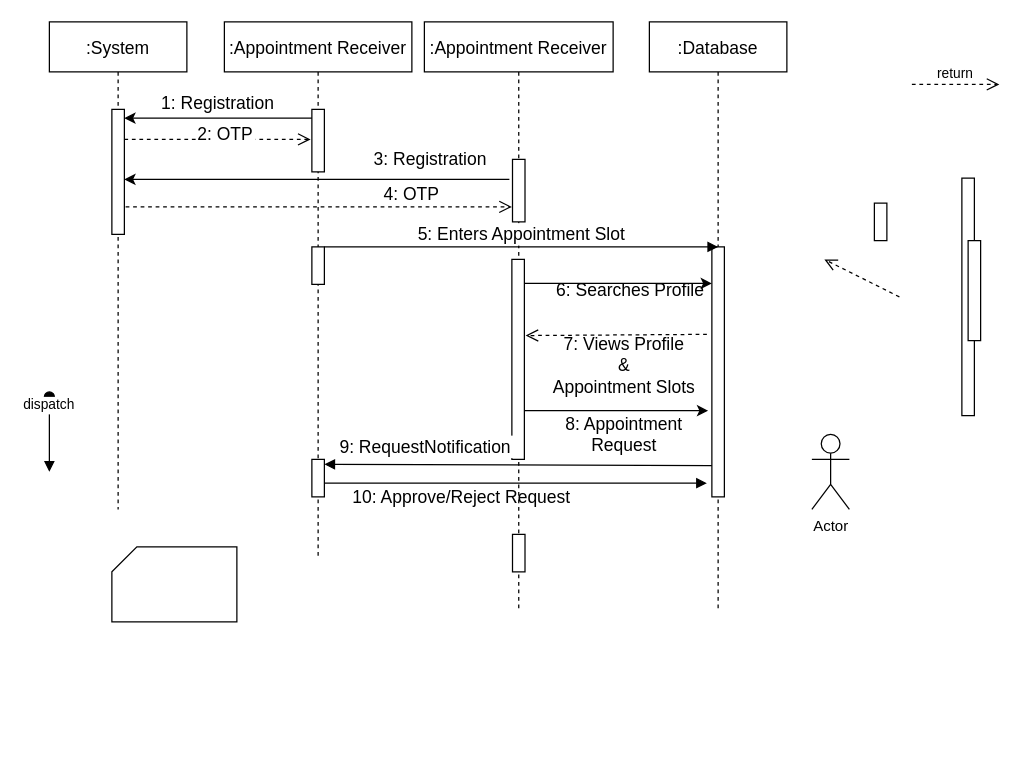
Before: SequnceDiagram.drawio in Yash7200/CP-1, a draw.io diagram. Source tidied: cells renumbered, new cells numbered last; positions are measured from the earlier drawing's top-left corner, leaving out a move shared by most shapes. Both pictures are drawn from the tidied source at 125%, with x=0, y=0 at pixel (49, 21).
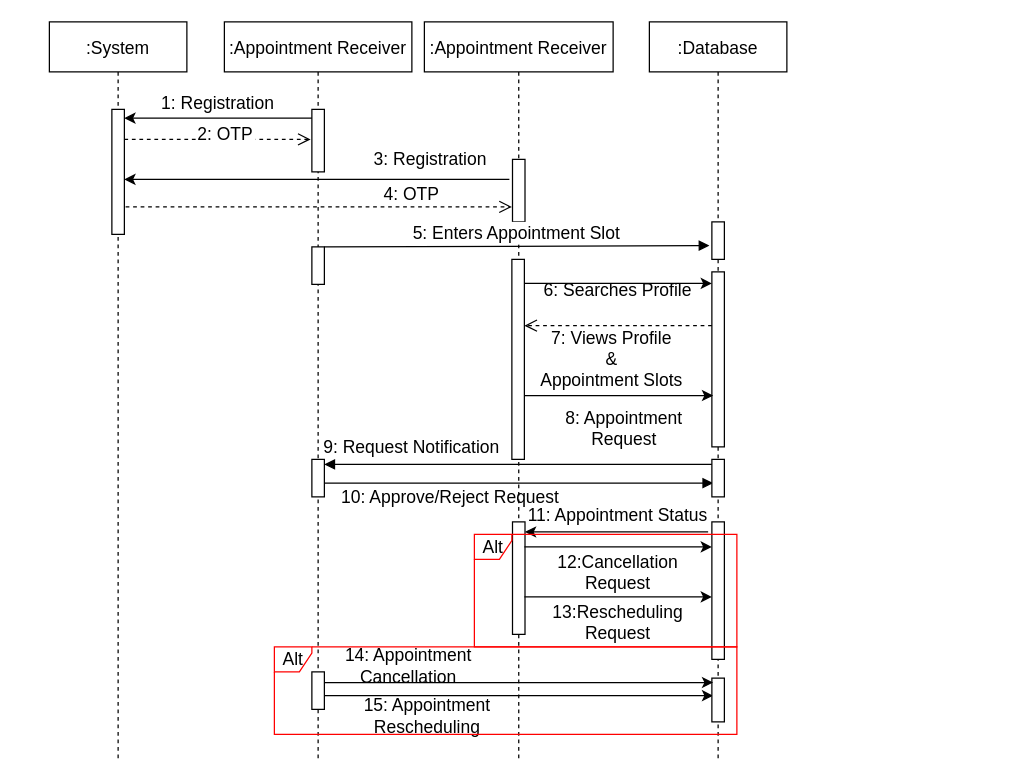
After the change.

The change refers to these unchanged cells:
```xml
<mxCell id="6" style="points=[];perimeter=orthogonalPerimeter;rounded=0;shadow=0;strokeWidth=1;" parent="4" vertex="1">
  <mxGeometry x="70" y="180" width="10" height="30" as="geometry" />
</mxCell>
<mxCell id="17" style="points=[];perimeter=orthogonalPerimeter;rounded=0;shadow=0;strokeWidth=1;" parent="15" vertex="1">
  <mxGeometry x="70" y="190" width="10" height="160" as="geometry" />
</mxCell>
```

The edit, as a diff of the source:
```diff
@@
     <mxCell id="2" value=":System" style="shape=umlLifeline;perimeter=lifelinePerimeter;rounded=0;shadow=0;strokeWidth=1;fontSize=14;" parent="1" vertex="1">
-      <mxGeometry width="110" height="390" as="geometry" />
+      <mxGeometry width="110" height="590" as="geometry" />
     </mxCell>
@@
     <mxCell id="4" value=":Appointment Receiver" style="shape=umlLifeline;perimeter=lifelinePerimeter;rounded=0;shadow=0;strokeWidth=1;fontSize=14;" parent="1" vertex="1">
-      <mxGeometry x="140" width="150" height="430" as="geometry" />
+      <mxGeometry x="140" width="150" height="590" as="geometry" />
     </mxCell>
@@
+    <mxCell id="37" style="points=[];perimeter=orthogonalPerimeter;rounded=0;shadow=0;strokeWidth=1;" parent="4" vertex="1">
+      <mxGeometry x="70" y="520" width="10" height="30" as="geometry" />
+    </mxCell>
@@
-    <mxCell id="9" value="10: Approve/Reject Request" style="verticalAlign=bottom;endArrow=block;shadow=0;strokeWidth=1;entryX=-0.4;entryY=0.945;entryDx=0;entryDy=0;entryPerimeter=0;fontSize=14;" parent="1" edge="1" target="26">
-      <mxGeometry x="-0.28" y="-21" relative="1" as="geometry">
+    <mxCell id="9" value="10: Approve/Reject Request" style="verticalAlign=bottom;endArrow=block;shadow=0;strokeWidth=1;fontSize=14;entryX=0.1;entryY=0.633;entryDx=0;entryDy=0;entryPerimeter=0;" parent="1" edge="1" target="39">
+      <mxGeometry x="-0.35" y="-21" relative="1" as="geometry">
         <mxPoint x="220" y="369" as="sourcePoint" />
       </mxGeometry>
     </mxCell>
-    <mxCell id="10" value="dispatch" style="verticalAlign=bottom;startArrow=oval;endArrow=block;startSize=8;shadow=0;strokeWidth=1;" parent="1" edge="1">
-      <mxGeometry x="-0.5" relative="1" as="geometry">
-        <mxPoint y="300" as="sourcePoint" />
-        <mxPoint y="360" as="targetPoint" />
-      </mxGeometry>
-    </mxCell>
-    <mxCell id="11" value="Actor" style="shape=umlActor;verticalLabelPosition=bottom;verticalAlign=top;html=1;" parent="1" vertex="1">
-      <mxGeometry x="610" y="330" width="30" height="60" as="geometry" />
-    </mxCell>
-    <mxCell id="12" style="perimeter=orthogonalPerimeter;rounded=0;shadow=0;strokeWidth=1;" parent="1" vertex="1">
-      <mxGeometry x="730" y="125" width="10" height="190" as="geometry" />
-    </mxCell>
-    <mxCell id="13" style="perimeter=orthogonalPerimeter;rounded=0;shadow=0;strokeWidth=1;" parent="1" vertex="1">
-      <mxGeometry x="735" y="175" width="10" height="80" as="geometry" />
-    </mxCell>
@@
     <mxCell id="15" value=":Appointment Receiver" style="shape=umlLifeline;perimeter=lifelinePerimeter;rounded=0;shadow=0;strokeWidth=1;fontSize=14;" parent="1" vertex="1">
-      <mxGeometry x="300" width="151" height="470" as="geometry" />
+      <mxGeometry x="300" width="151" height="590" as="geometry" />
     </mxCell>
@@
     <mxCell id="18" style="points=[];perimeter=orthogonalPerimeter;rounded=0;shadow=0;strokeWidth=1;" parent="15" vertex="1">
-      <mxGeometry x="70.5" y="410" width="10" height="30" as="geometry" />
+      <mxGeometry x="70.5" y="400" width="10" height="90" as="geometry" />
     </mxCell>
+    <mxCell id="38" style="endArrow=classic;html=1;rounded=0;fontSize=14;fontColor=default;entryX=0.1;entryY=0.1;entryDx=0;entryDy=0;entryPerimeter=0;" parent="15" edge="1">
+      <mxGeometry relative="1" as="geometry">
+        <mxPoint x="-80" y="539" as="sourcePoint" />
+        <mxPoint x="231" y="539" as="targetPoint" />
+      </mxGeometry>
+    </mxCell>
@@
-    <mxCell id="20" style="verticalAlign=bottom;endArrow=open;dashed=1;endSize=8;shadow=0;strokeWidth=1;" parent="1" edge="1">
-      <mxGeometry x="-1" y="-70" relative="1" as="geometry">
-        <mxPoint x="680" y="220" as="sourcePoint" />
-        <mxPoint x="620" y="190" as="targetPoint" />
-        <mxPoint x="39" y="63" as="offset" />
-      </mxGeometry>
-    </mxCell>
@@
-    <mxCell id="23" value="return" style="verticalAlign=bottom;endArrow=open;dashed=1;endSize=8;shadow=0;strokeWidth=1;" parent="1" edge="1">
-      <mxGeometry relative="1" as="geometry">
-        <mxPoint x="690" y="50" as="sourcePoint" />
-        <mxPoint x="760" y="50" as="targetPoint" />
-      </mxGeometry>
-    </mxCell>
@@
     <mxCell id="25" value=":Database" style="shape=umlLifeline;perimeter=lifelinePerimeter;rounded=0;shadow=0;strokeWidth=1;fontSize=14;" parent="1" vertex="1">
-      <mxGeometry x="480" width="110" height="470" as="geometry" />
+      <mxGeometry x="480" width="110" height="590" as="geometry" />
     </mxCell>
     <mxCell id="26" style="points=[];perimeter=orthogonalPerimeter;rounded=0;shadow=0;strokeWidth=1;" parent="25" vertex="1">
-      <mxGeometry x="50" y="180" width="10" height="200" as="geometry" />
+      <mxGeometry x="50" y="200" width="10" height="140" as="geometry" />
     </mxCell>
+    <mxCell id="35" style="points=[];perimeter=orthogonalPerimeter;rounded=0;shadow=0;strokeWidth=1;" parent="25" vertex="1">
+      <mxGeometry x="50" y="160" width="10" height="30" as="geometry" />
+    </mxCell>
+    <mxCell id="39" style="points=[];perimeter=orthogonalPerimeter;rounded=0;shadow=0;strokeWidth=1;" parent="25" vertex="1">
+      <mxGeometry x="50" y="350" width="10" height="30" as="geometry" />
+    </mxCell>
+    <mxCell id="40" style="points=[];perimeter=orthogonalPerimeter;rounded=0;shadow=0;strokeWidth=1;" parent="25" vertex="1">
+      <mxGeometry x="50" y="400" width="10" height="110" as="geometry" />
+    </mxCell>
+    <mxCell id="41" style="points=[];perimeter=orthogonalPerimeter;rounded=0;shadow=0;strokeWidth=1;" parent="25" vertex="1">
+      <mxGeometry x="50" y="525" width="10" height="35" as="geometry" />
+    </mxCell>
-    <mxCell id="27" value="5: Enters Appointment Slot" style="verticalAlign=bottom;endArrow=block;shadow=0;strokeWidth=1;fontSize=14;entryX=0.5;entryY=0;entryDx=0;entryDy=0;entryPerimeter=0;" parent="1" edge="1" source="6" target="26">
+    <mxCell id="27" value="5: Enters Appointment Slot" style="verticalAlign=bottom;endArrow=block;shadow=0;strokeWidth=1;fontSize=14;entryX=-0.2;entryY=0.633;entryDx=0;entryDy=0;entryPerimeter=0;" parent="1" edge="1" source="6" target="35">
       <mxGeometry relative="1" as="geometry" />
     </mxCell>
@@
     <mxCell id="29" value="6: Searches Profile" style="text;html=1;strokeColor=none;fillColor=none;align=center;verticalAlign=middle;whiteSpace=wrap;rounded=0;fontSize=14;" parent="1" vertex="1">
-      <mxGeometry x="390" y="190" width="150" height="50" as="geometry" />
+      <mxGeometry x="380" y="190" width="150" height="50" as="geometry" />
     </mxCell>
-    <mxCell id="30" style="verticalAlign=bottom;endArrow=open;dashed=1;endSize=8;shadow=0;strokeWidth=1;exitX=-0.4;exitY=0.35;exitDx=0;exitDy=0;exitPerimeter=0;entryX=1.1;entryY=0.381;entryDx=0;entryDy=0;entryPerimeter=0;" parent="1" edge="1" source="26" target="17">
+    <mxCell id="30" style="verticalAlign=bottom;endArrow=open;dashed=1;endSize=8;shadow=0;strokeWidth=1;" parent="1" edge="1">
       <mxGeometry x="-1" y="-70" relative="1" as="geometry">
+        <mxPoint x="530" y="243" as="sourcePoint" />
+        <mxPoint x="380" y="243" as="targetPoint" />
         <mxPoint x="39" y="63" as="offset" />
       </mxGeometry>
     </mxCell>
     <mxCell id="31" value="&lt;div&gt;7: Views Profile&lt;/div&gt;&lt;div&gt;&amp;amp;&lt;/div&gt;&lt;div&gt;Appointment Slots&lt;br&gt;&lt;/div&gt;" style="text;html=1;strokeColor=none;fillColor=none;align=center;verticalAlign=middle;whiteSpace=wrap;rounded=0;fontSize=14;" parent="1" vertex="1">
-      <mxGeometry x="400" y="240" width="120" height="70" as="geometry" />
+      <mxGeometry x="390" y="240" width="120" height="60" as="geometry" />
     </mxCell>
-    <mxCell id="32" style="endArrow=classic;html=1;rounded=0;fontSize=14;entryX=-0.3;entryY=0.655;entryDx=0;entryDy=0;entryPerimeter=0;" parent="1" edge="1" source="17" target="26">
+    <mxCell id="32" style="endArrow=classic;html=1;rounded=0;fontSize=14;entryX=0.1;entryY=0.707;entryDx=0;entryDy=0;entryPerimeter=0;" parent="1" edge="1" source="17" target="26">
       <mxGeometry relative="1" as="geometry" />
     </mxCell>
     <mxCell id="33" value="8: Appointment Request" style="text;html=1;strokeColor=none;fillColor=none;align=center;verticalAlign=middle;whiteSpace=wrap;rounded=0;fontSize=14;" parent="1" vertex="1">
-      <mxGeometry x="410" y="315" width="100" height="30" as="geometry" />
+      <mxGeometry x="410" y="310" width="100" height="30" as="geometry" />
     </mxCell>
-    <mxCell id="34" value="9: RequestNotification" style="verticalAlign=bottom;endArrow=block;shadow=0;strokeWidth=1;fontSize=14;exitX=0;exitY=0.875;exitDx=0;exitDy=0;exitPerimeter=0;" parent="1" edge="1" source="26">
-      <mxGeometry x="0.48" y="-4" relative="1" as="geometry">
+    <mxCell id="34" value="9: Request Notification" style="verticalAlign=bottom;endArrow=block;shadow=0;strokeWidth=1;fontSize=14;" parent="1" edge="1">
+      <mxGeometry x="0.55" y="-4" relative="1" as="geometry">
+        <mxPoint x="530" y="354" as="sourcePoint" />
         <mxPoint x="220" y="354" as="targetPoint" />
       </mxGeometry>
     </mxCell>
-    <mxCell id="35" style="points=[];perimeter=orthogonalPerimeter;rounded=0;shadow=0;strokeWidth=1;" parent="1" vertex="1">
-      <mxGeometry x="660" y="145" width="10" height="30" as="geometry" />
-    </mxCell>
-    <mxCell id="36" style="verticalLabelPosition=bottom;verticalAlign=top;html=1;shape=card;whiteSpace=wrap;size=20;arcSize=12;fontSize=14;fillColor=none;" parent="1" vertex="1">
-      <mxGeometry x="50" y="420" width="100" height="60" as="geometry" />
-    </mxCell>
+    <mxCell id="42" style="endArrow=classic;html=1;rounded=0;fontSize=14;fontColor=none;exitX=-0.3;exitY=0.073;exitDx=0;exitDy=0;exitPerimeter=0;" parent="1" edge="1" source="40" target="18">
+      <mxGeometry relative="1" as="geometry" />
+    </mxCell>
+    <mxCell id="43" value="13:Rescheduling Request" style="text;html=1;strokeColor=none;fillColor=none;align=center;verticalAlign=middle;whiteSpace=wrap;rounded=0;labelBackgroundColor=none;labelBorderColor=none;fontSize=14;fontColor=default;" parent="1" vertex="1">
+      <mxGeometry x="385" y="460" width="140" height="40" as="geometry" />
+    </mxCell>
+    <mxCell id="44" value="11: Appointment Status" style="text;html=1;strokeColor=none;fillColor=none;align=center;verticalAlign=middle;whiteSpace=wrap;rounded=0;labelBackgroundColor=none;labelBorderColor=none;fontSize=14;fontColor=default;" parent="1" vertex="1">
+      <mxGeometry x="380" y="380" width="150" height="30" as="geometry" />
+    </mxCell>
+    <mxCell id="45" style="endArrow=classic;html=1;rounded=0;fontSize=14;fontColor=default;entryX=0.1;entryY=0.1;entryDx=0;entryDy=0;entryPerimeter=0;" parent="1" edge="1" source="37" target="41">
+      <mxGeometry relative="1" as="geometry" />
+    </mxCell>
+    <mxCell id="46" style="endArrow=classic;html=1;rounded=0;fontSize=14;fontColor=default;exitX=0.95;exitY=0.222;exitDx=0;exitDy=0;exitPerimeter=0;" parent="1" edge="1" source="18">
+      <mxGeometry relative="1" as="geometry">
+        <mxPoint x="530" y="420" as="targetPoint" />
+      </mxGeometry>
+    </mxCell>
+    <mxCell id="47" value="12:Cancellation Request" style="text;html=1;strokeColor=none;fillColor=none;align=center;verticalAlign=middle;whiteSpace=wrap;rounded=0;labelBackgroundColor=none;labelBorderColor=none;fontSize=14;fontColor=default;" parent="1" vertex="1">
+      <mxGeometry x="385" y="420" width="140" height="40" as="geometry" />
+    </mxCell>
+    <mxCell id="48" style="endArrow=classic;html=1;rounded=0;fontSize=14;fontColor=default;" parent="1" edge="1">
+      <mxGeometry relative="1" as="geometry">
+        <mxPoint x="380" y="460" as="sourcePoint" />
+        <mxPoint x="530" y="460" as="targetPoint" />
+      </mxGeometry>
+    </mxCell>
+    <mxCell id="49" value="15: Appointment Rescheduling" style="text;html=1;strokeColor=none;fillColor=none;align=center;verticalAlign=middle;whiteSpace=wrap;rounded=0;labelBackgroundColor=none;labelBorderColor=none;fontSize=14;fontColor=default;" parent="1" vertex="1">
+      <mxGeometry x="215" y="540" width="175" height="30" as="geometry" />
+    </mxCell>
+    <mxCell id="50" value="14: Appointment Cancellation" style="text;html=1;strokeColor=none;fillColor=none;align=center;verticalAlign=middle;whiteSpace=wrap;rounded=0;labelBackgroundColor=none;labelBorderColor=none;fontSize=14;fontColor=default;" parent="1" vertex="1">
+      <mxGeometry x="200" y="500" width="175" height="30" as="geometry" />
+    </mxCell>
+    <mxCell id="51" value="Alt" style="shape=umlFrame;whiteSpace=wrap;html=1;width=30;height=20;boundedLbl=1;verticalAlign=middle;align=left;spacingLeft=5;labelBackgroundColor=none;labelBorderColor=none;strokeColor=#FF0000;fontSize=14;fontColor=default;fillColor=none;" parent="1" vertex="1">
+      <mxGeometry x="180" y="500" width="370" height="70" as="geometry" />
+    </mxCell>
+    <mxCell id="52" value="Alt" style="shape=umlFrame;whiteSpace=wrap;html=1;width=30;height=20;boundedLbl=1;verticalAlign=middle;align=left;spacingLeft=5;labelBackgroundColor=none;labelBorderColor=none;strokeColor=#FF0000;fontSize=14;fontColor=default;fillColor=none;" parent="1" vertex="1">
+      <mxGeometry x="340" y="410" width="210" height="90" as="geometry" />
+    </mxCell>
```
